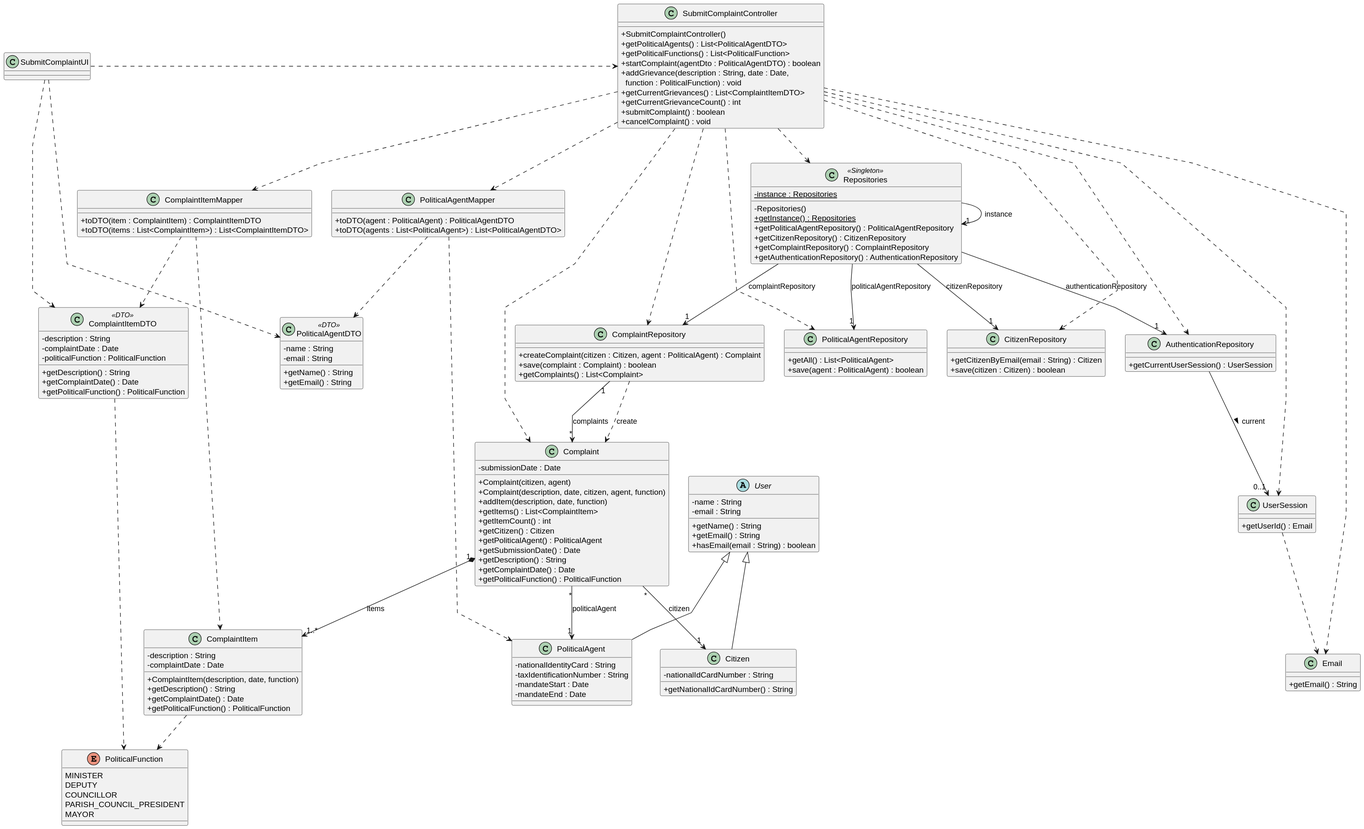
Above: docs/system-documentation/US12/03.design/svg/US12-CD.svg in brunodspinto/crystal-clear-platform (PlantUML), before the change.
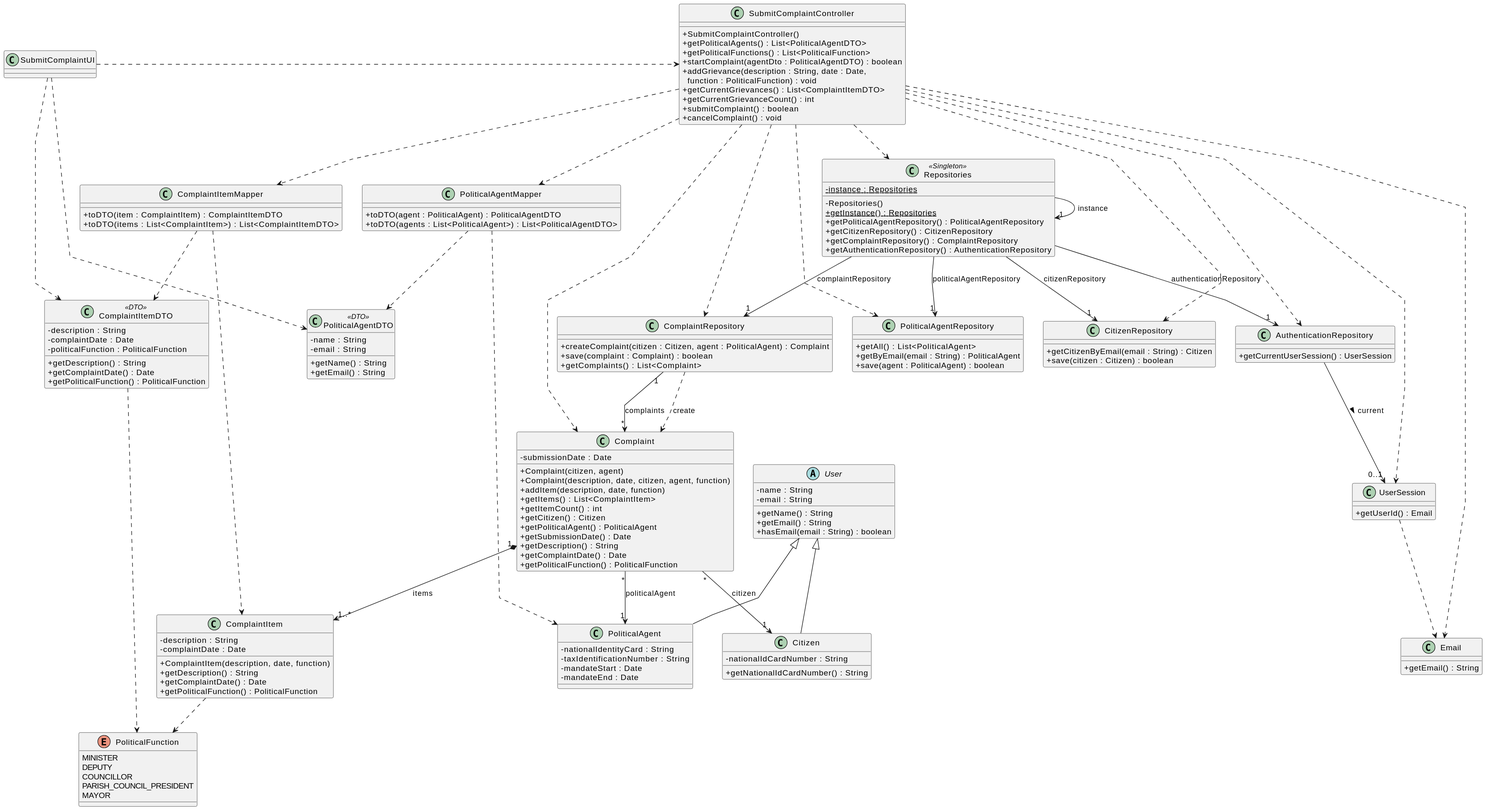
Above is the later version.

Change to the diagram source:
```diff
@@ -69,6 +69,7 @@
 
 class PoliticalAgentRepository {
     + getAll() : List<PoliticalAgent>
+    + getByEmail(email : String) : PoliticalAgent
     + save(agent : PoliticalAgent) : boolean
 }
 
```
